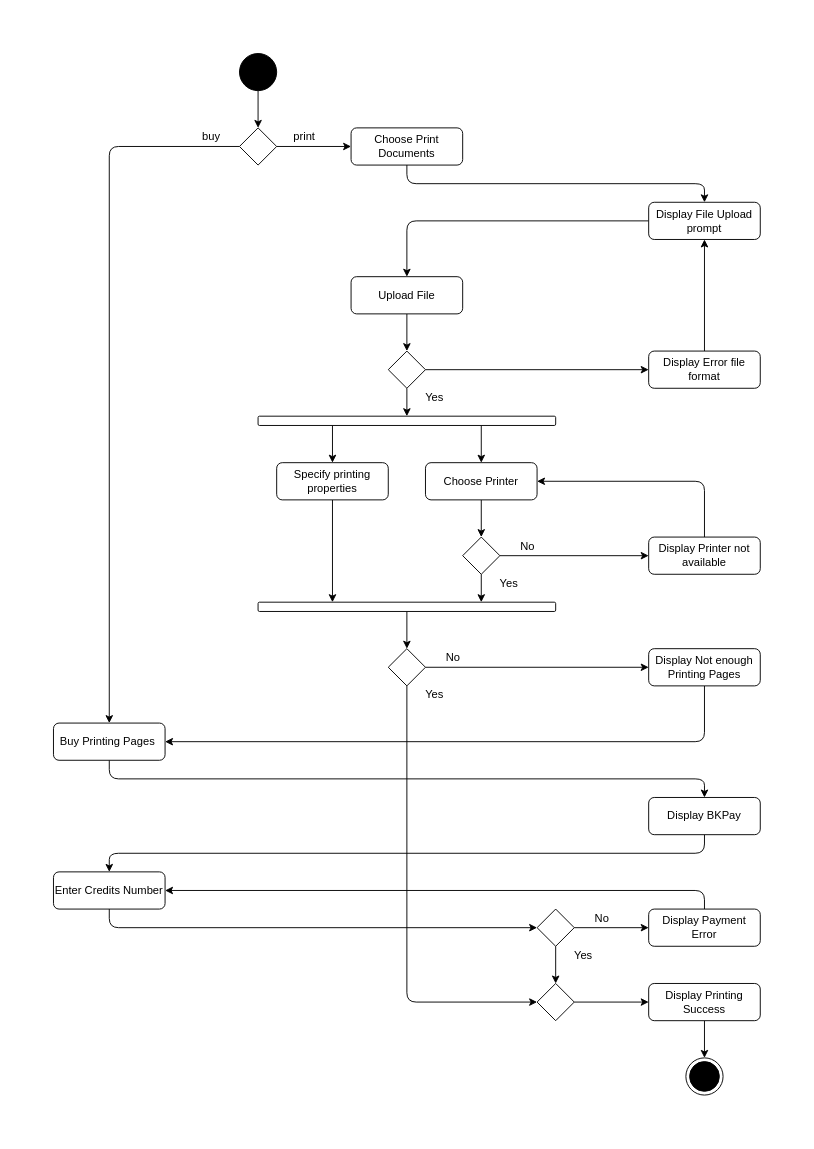
Above: page "Print" (2 of 5) of Diagrams/activity.drawio in TitaniumBull224/se-ssps (draw.io), before the change. Source tidied: cells renumbered, new cells numbered last; positions are measured from the earlier drawing's top-left corner, leaving out a move shared by most shapes. Both pictures are drawn from the tidied source at 93%, with x=0, y=0 at pixel (53, 53).
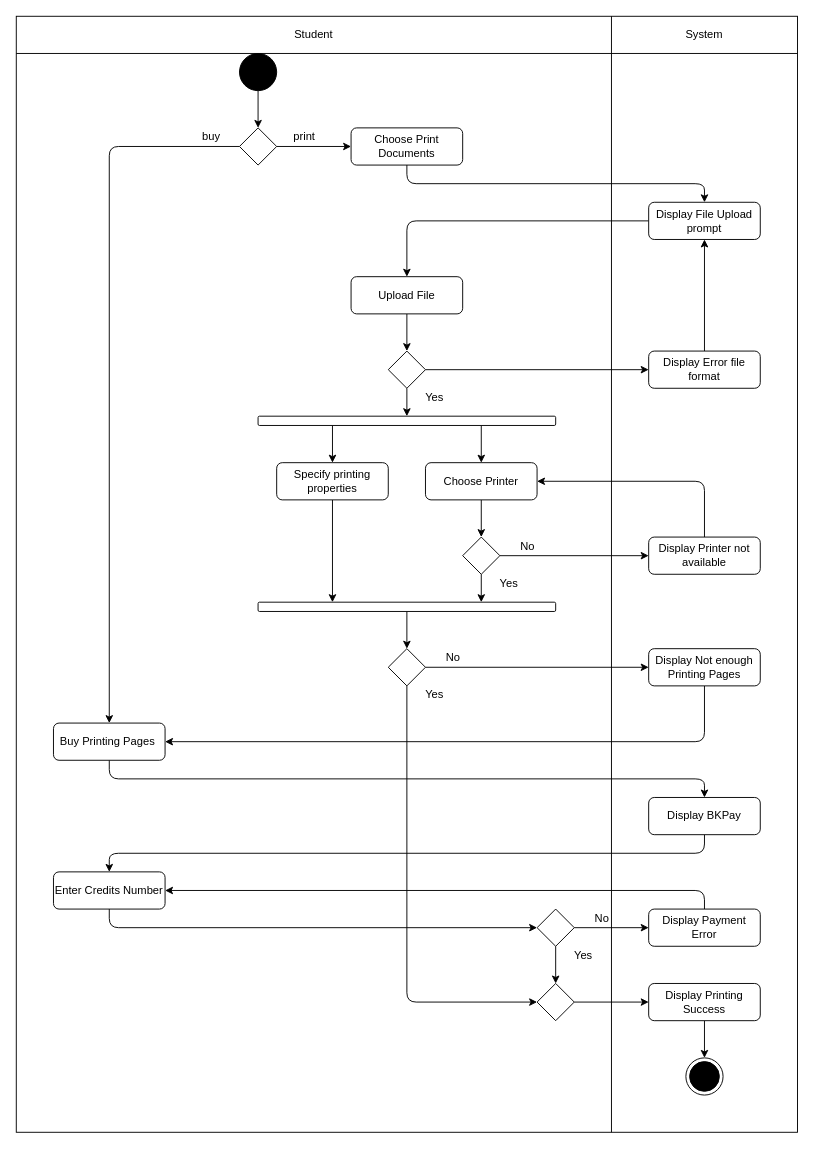
The same page after the edit.

The edit, as a diff of the source:
```diff
@@
+    <mxCell id="62" style="shape=internalStorage;whiteSpace=wrap;html=1;backgroundOutline=1;fillColor=none;dx=640;dy=40;" parent="1" vertex="1">
+      <mxGeometry x="-40" y="-40" width="840" height="1200" as="geometry" />
+    </mxCell>
+    <mxCell id="63" value="Student" style="text;html=1;strokeColor=none;fillColor=none;align=center;verticalAlign=middle;whiteSpace=wrap;rounded=0;" parent="1" vertex="1">
+      <mxGeometry x="220" y="-40" width="120" height="40" as="geometry" />
+    </mxCell>
+    <mxCell id="64" value="System" style="text;html=1;strokeColor=none;fillColor=none;align=center;verticalAlign=middle;whiteSpace=wrap;rounded=0;" parent="1" vertex="1">
+      <mxGeometry x="640" y="-40" width="120" height="40" as="geometry" />
+    </mxCell>
```
